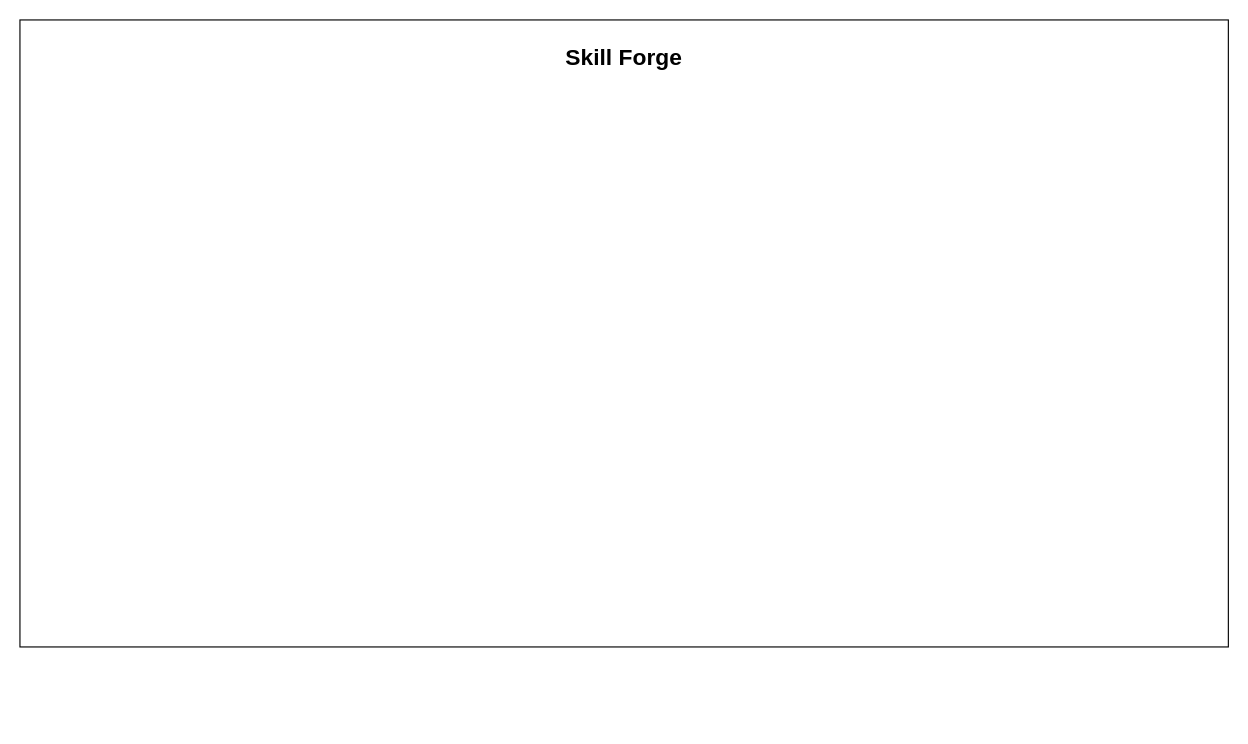
Earlier version of the draw.io diagram Lab5/SkillForge_UseCase.drawio (Youssufathalla/Programming-2). Source tidied: cells renumbered, new cells numbered last; positions are measured from the earlier drawing's top-left corner, leaving out a move shared by most shapes. Both pictures are drawn from the tidied source at 114%, with x=0, y=0 at pixel (19, 19).
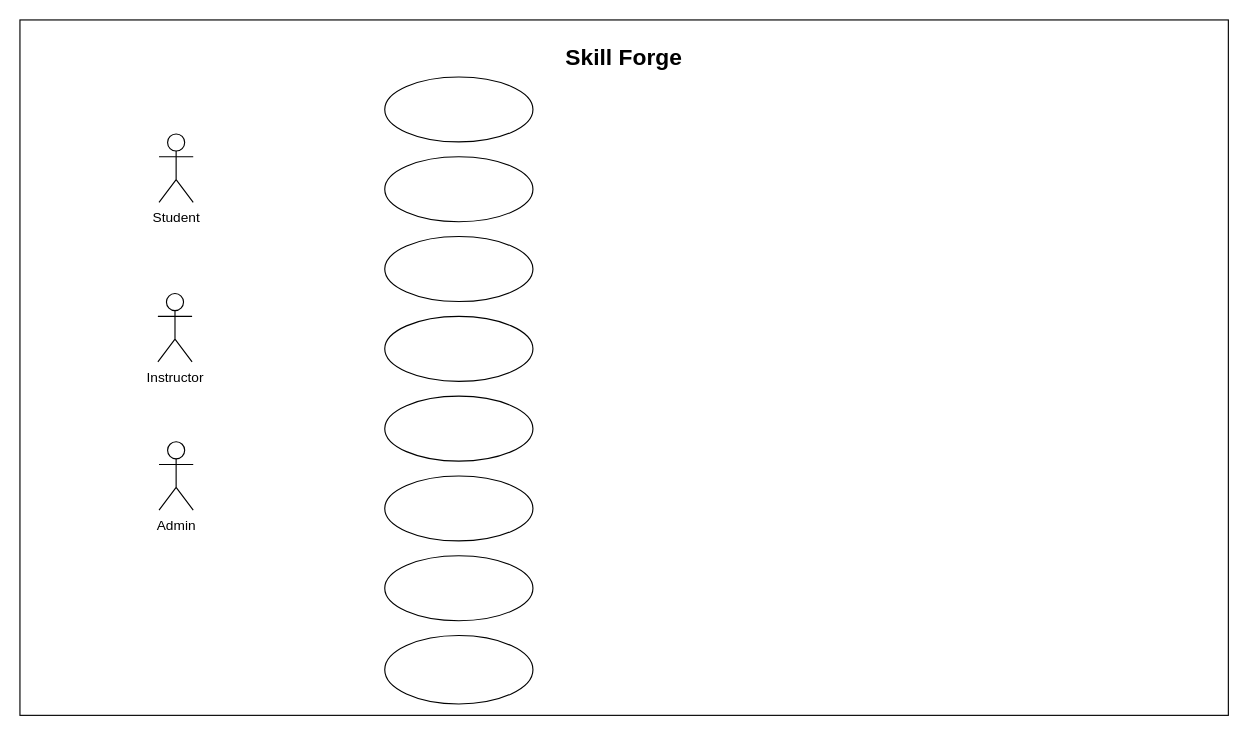
Above is the later version.

The edit, as a diff of the source:
```diff
@@
 <mxGraphModel>
   <root>
     <mxCell id="0" />
     <mxCell id="1" parent="0" />
     <mxCell id="2" value="&lt;h1 style=&quot;line-height: 110%;&quot;&gt;&lt;font style=&quot;font-size: 20px;&quot;&gt;Skill Forge&lt;/font&gt;&lt;/h1&gt;" style="rounded=0;whiteSpace=wrap;html=1;align=center;labelPosition=center;verticalLabelPosition=top;verticalAlign=bottom;fontColor=default;spacing=-62;" parent="1" vertex="1">
-      <mxGeometry width="1060" height="550" as="geometry" />
+      <mxGeometry width="1060" height="610" as="geometry" />
     </mxCell>
+    <mxCell id="3" value="Student" style="shape=umlActor;verticalLabelPosition=bottom;verticalAlign=top;html=1;" parent="1" vertex="1">
+      <mxGeometry x="122" y="100" width="30" height="60" as="geometry" />
+    </mxCell>
+    <mxCell id="4" value="Instructor" style="shape=umlActor;verticalLabelPosition=bottom;verticalAlign=top;html=1;" parent="1" vertex="1">
+      <mxGeometry x="121" y="240" width="30" height="60" as="geometry" />
+    </mxCell>
+    <mxCell id="5" value="Admin" style="shape=umlActor;verticalLabelPosition=bottom;verticalAlign=top;html=1;" parent="1" vertex="1">
+      <mxGeometry x="122" y="370" width="30" height="60" as="geometry" />
+    </mxCell>
+    <mxCell id="6" style="ellipse;whiteSpace=wrap;html=1;" parent="1" vertex="1">
+      <mxGeometry x="320" y="540" width="130" height="60" as="geometry" />
+    </mxCell>
+    <mxCell id="7" style="ellipse;whiteSpace=wrap;html=1;" parent="1" vertex="1">
+      <mxGeometry x="320" y="50" width="130" height="57" as="geometry" />
+    </mxCell>
+    <mxCell id="8" style="ellipse;whiteSpace=wrap;html=1;" parent="1" vertex="1">
+      <mxGeometry x="320" y="120" width="130" height="57" as="geometry" />
+    </mxCell>
+    <mxCell id="9" style="ellipse;whiteSpace=wrap;html=1;" parent="1" vertex="1">
+      <mxGeometry x="320" y="190" width="130" height="57" as="geometry" />
+    </mxCell>
+    <mxCell id="10" style="ellipse;whiteSpace=wrap;html=1;" parent="1" vertex="1">
+      <mxGeometry x="320" y="260" width="130" height="57" as="geometry" />
+    </mxCell>
+    <mxCell id="11" style="ellipse;whiteSpace=wrap;html=1;" parent="1" vertex="1">
+      <mxGeometry x="320" y="330" width="130" height="57" as="geometry" />
+    </mxCell>
+    <mxCell id="12" style="ellipse;whiteSpace=wrap;html=1;" parent="1" vertex="1">
+      <mxGeometry x="320" y="400" width="130" height="57" as="geometry" />
+    </mxCell>
+    <mxCell id="13" style="ellipse;whiteSpace=wrap;html=1;" parent="1" vertex="1">
+      <mxGeometry x="320" y="470" width="130" height="57" as="geometry" />
+    </mxCell>
+    <mxCell id="14" style="edgeStyle=orthogonalEdgeStyle;rounded=0;orthogonalLoop=1;jettySize=auto;html=1;exitX=0.5;exitY=1;exitDx=0;exitDy=0;" parent="1" edge="1" source="2" target="2">
+      <mxGeometry relative="1" as="geometry" />
+    </mxCell>
   </root>
 </mxGraphModel>
```
